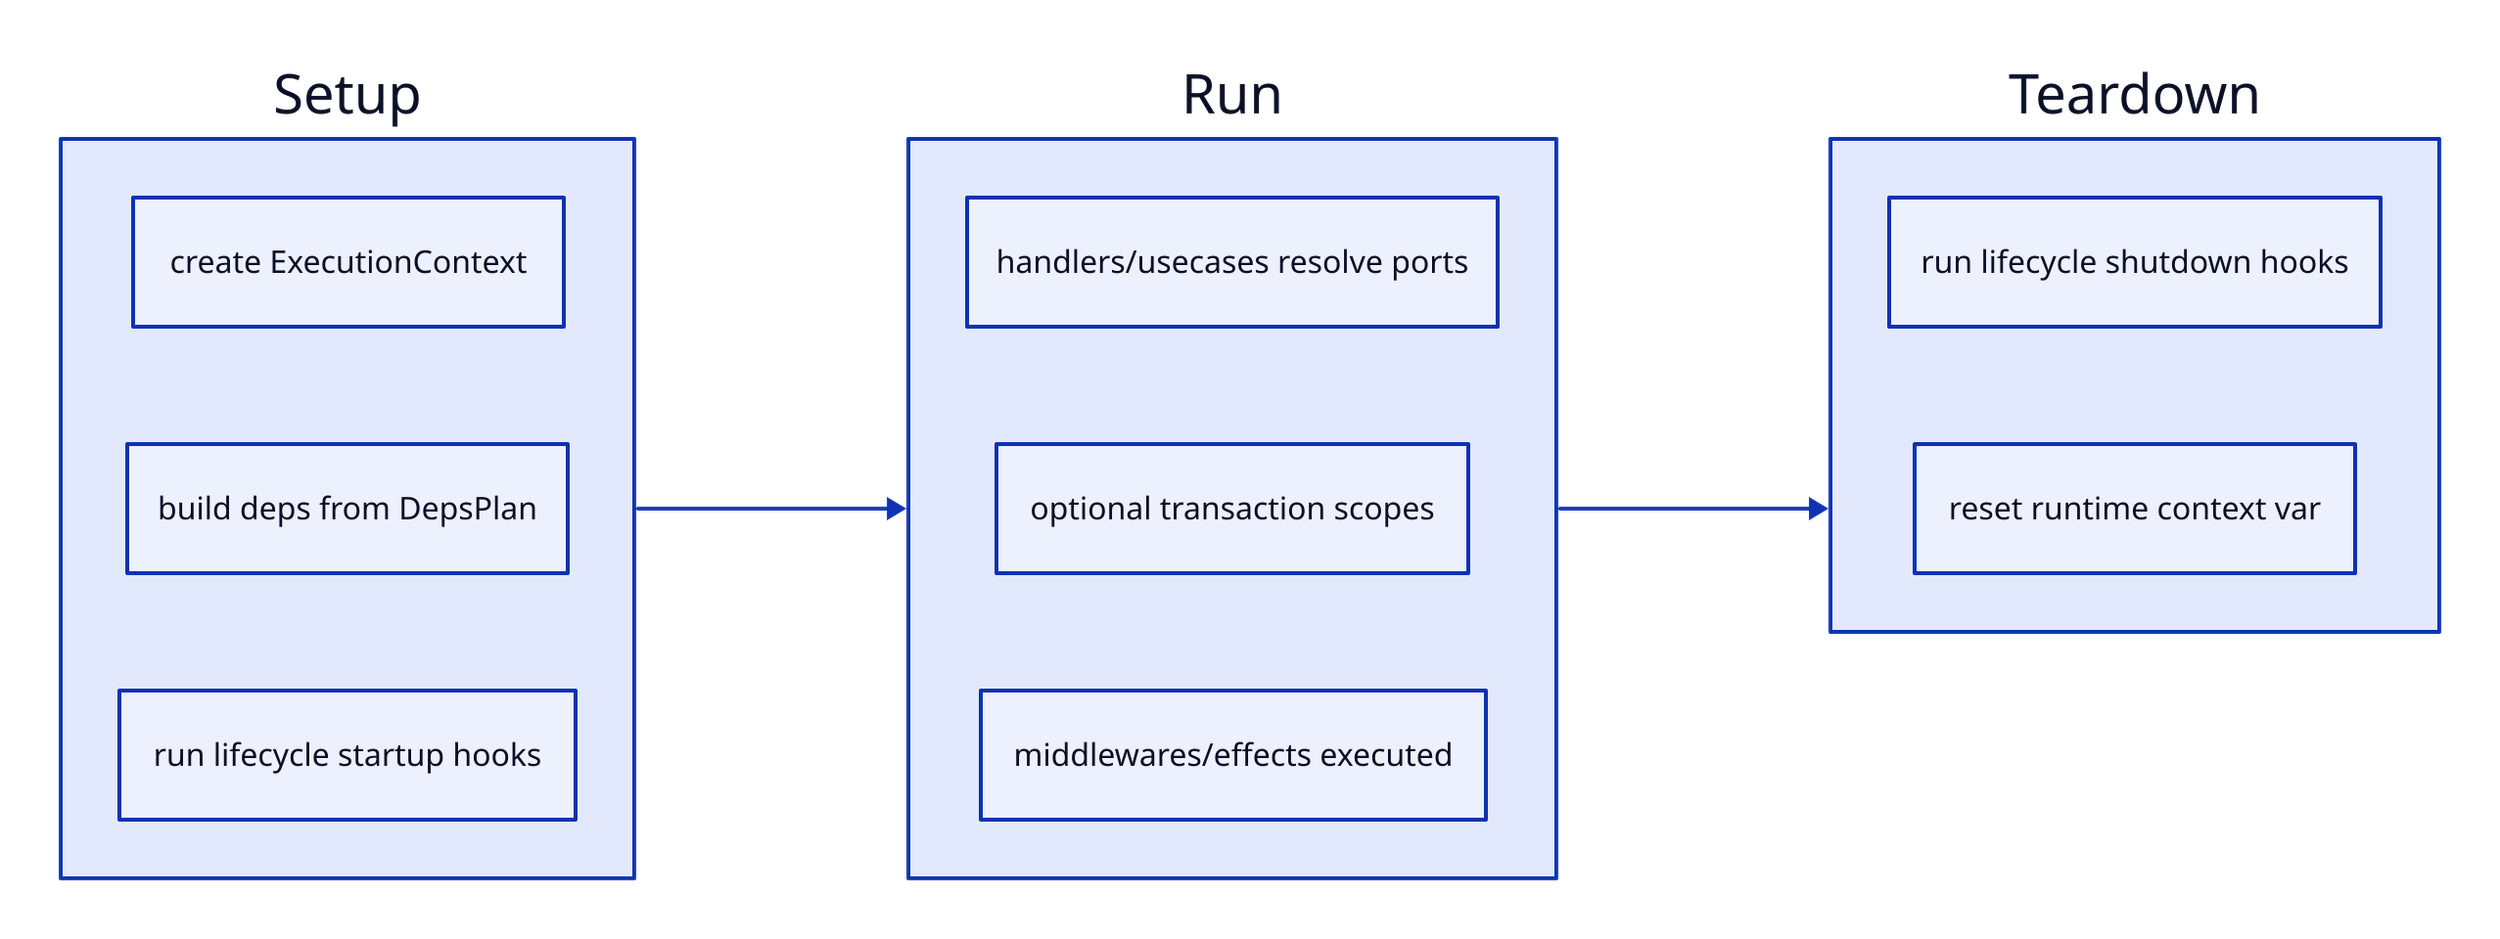
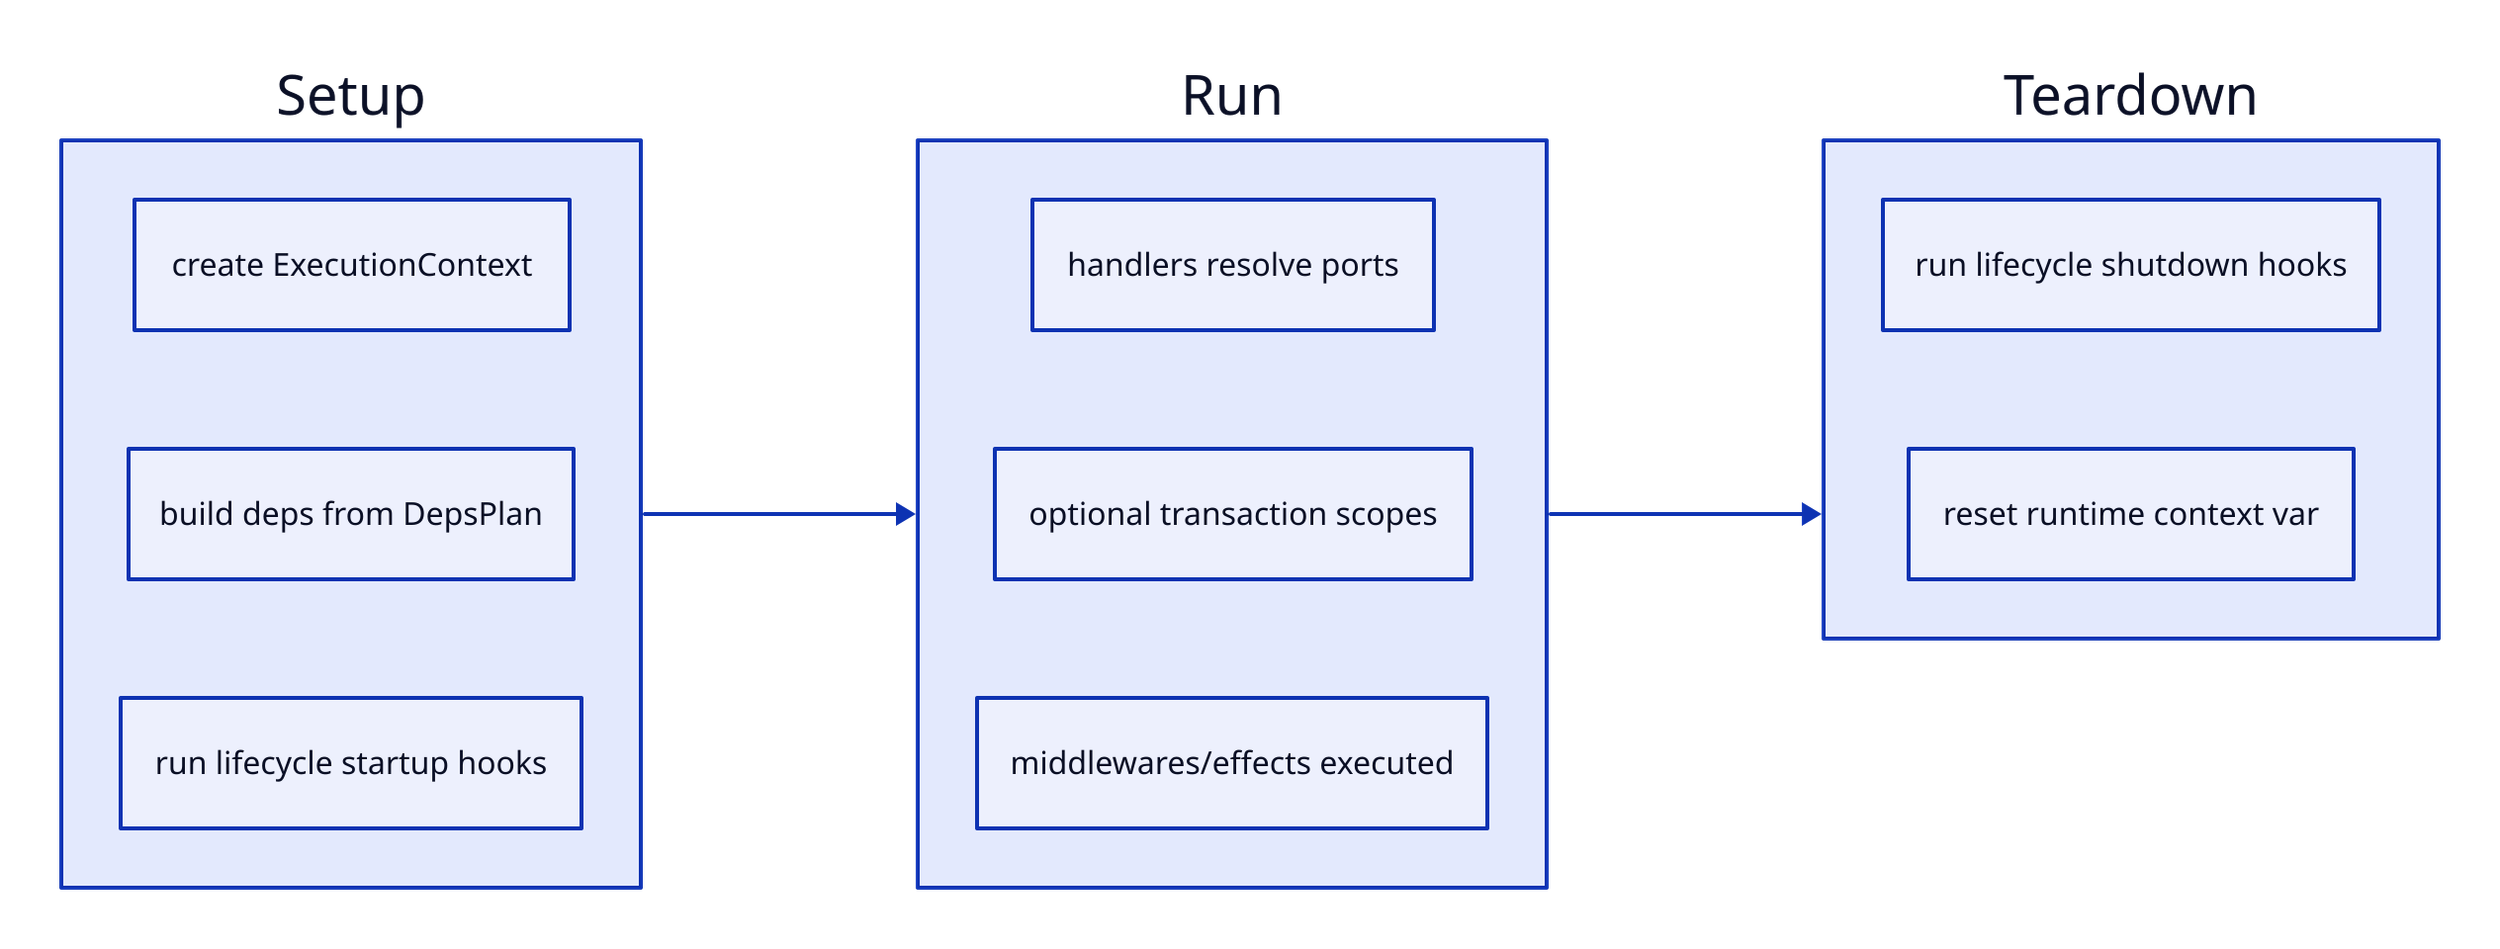
style: {
    fill: transparent
}

vars: {
    d2-config: {
        pad: 30
    }
}

direction: right

Setup: {
    shape: rectangle
    create_ctx: create ExecutionContext
    build_deps: build deps from DepsPlan
    startup: run lifecycle startup hooks
}

Run: {
    shape: rectangle
-     handlers: handlers/usecases resolve ports
+     handlers: handlers resolve ports
    tx: optional transaction scopes
    effects: middlewares/effects executed
}

Teardown: {
    shape: rectangle
    shutdown: run lifecycle shutdown hooks
    reset: reset runtime context var
}

Setup -> Run -> Teardown
